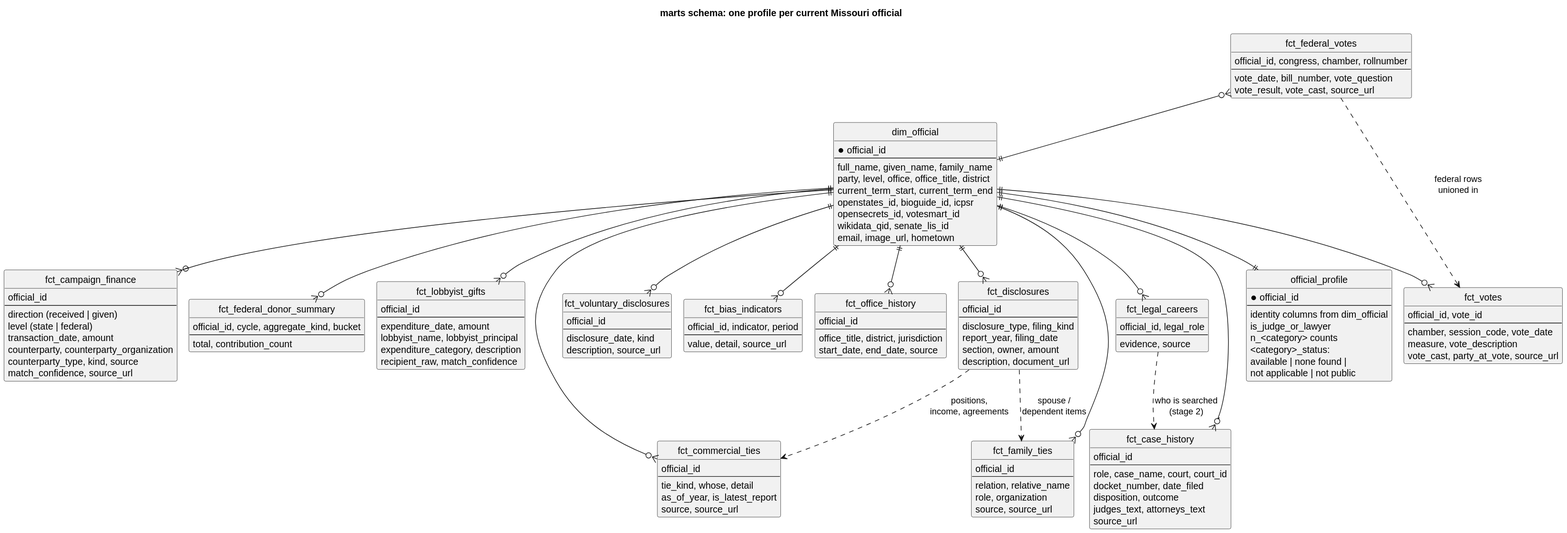
akettmann/missouri_gov_feed keeps this PlantUML diagram as docs/diagrams/data_model.svg. Above is the earlier version. Its source is kept beside it as docs/diagrams/data_model.puml.
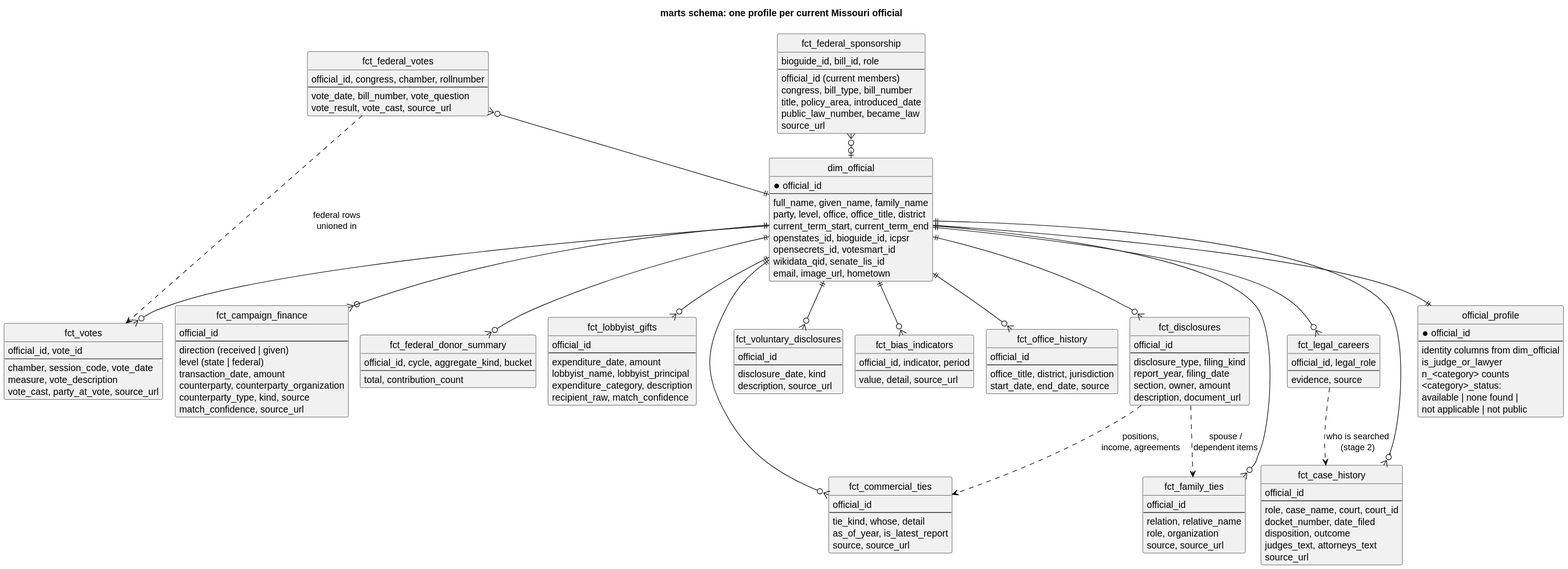
Above is the later version.

Change to the diagram source:
```diff
@@ -39,6 +39,16 @@
   --
   vote_date, bill_number, vote_question
   vote_result, vote_cast, source_url
+}
+
+entity fct_federal_sponsorship {
+  bioguide_id, bill_id, role
+  --
+  official_id (current members)
+  congress, bill_type, bill_number
+  title, policy_area, introduced_date
+  public_law_number, became_law
+  source_url
 }
 
 entity fct_campaign_finance {
@@ -132,6 +142,7 @@
 dim_official ||--o{ fct_votes
 fct_federal_votes }o--|| dim_official
 fct_federal_votes ..> fct_votes : federal rows\nunioned in
+fct_federal_sponsorship }o--o| dim_official
 dim_official ||--o{ fct_campaign_finance
 dim_official ||--o{ fct_federal_donor_summary
 dim_official ||--o{ fct_lobbyist_gifts
```
